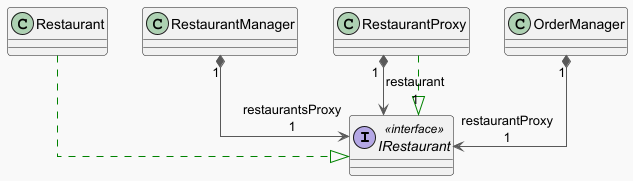
Earlier version of the PlantUML export doc/diagram/design_pattern/proxy/restaurant_proxy_design_pattern_diagram.png (BaptisteLacroix/STE-24-25--teamj).
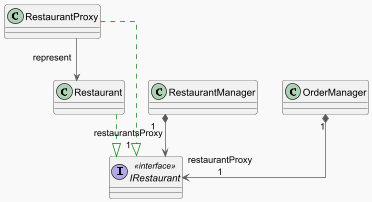
After the commit.

Commit message:
docs: changing relations for proxy to respect design pattern. #00

Diff of the diagram source:
```diff
@@ -15,7 +15,7 @@
 Restaurant                 -[#008200,dashed]-^  IRestaurant
 RestaurantManager         "1" *-[#595959,plain]-> "restaurantsProxy\n1" IRestaurant
 RestaurantProxy            -[#008200,dashed]-^  IRestaurant
-RestaurantProxy           "1" *-[#595959,plain]-> "restaurant\n1" IRestaurant
+RestaurantProxy           -[#595959,plain]-> "represent\n" Restaurant
 OrderManager              "1" *-[#595959,plain]-> "restaurantProxy\n1" IRestaurant
 
 @enduml
```
